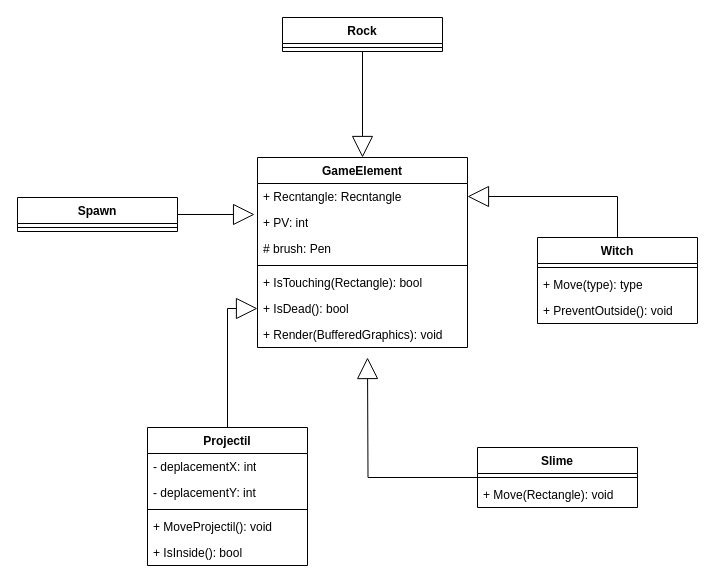
Earlier version of the draw.io diagram doc/DrawIO/Heritage.drawio (AbigaelP/ShootAbby). Source tidied: cells renumbered, new cells numbered last; positions are measured from the earlier drawing's top-left corner, leaving out a move shared by most shapes. Both pictures are drawn from the tidied source at 100%, with x=0, y=0 at pixel (17, 17).
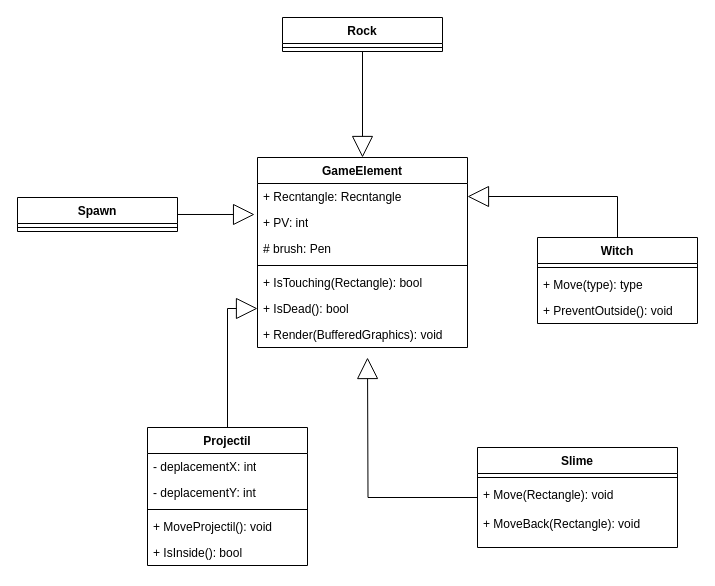
After the change.

What changed in the source:
```diff
@@
     <mxCell id="16" value="Slime" style="swimlane;fontStyle=1;align=center;verticalAlign=top;horizontal=1;startSize=26;whiteSpace=wrap;html=1;" parent="1" vertex="1">
-      <mxGeometry x="460" y="430" width="160" height="60" as="geometry" />
+      <mxGeometry x="460" y="430" width="200" height="100" as="geometry" />
     </mxCell>
     <mxCell id="17" style="line;strokeWidth=1;fillColor=none;align=left;verticalAlign=middle;spacingTop=-1;spacingLeft=3;spacingRight=3;labelPosition=right;strokeColor=inherit;" parent="16" vertex="1">
-      <mxGeometry y="26" width="160" height="8" as="geometry" />
+      <mxGeometry y="26" width="200" height="8" as="geometry" />
     </mxCell>
-    <mxCell id="18" value="+ Move(Rectangle): void" style="text;strokeColor=none;fillColor=none;align=left;verticalAlign=top;spacingLeft=4;spacingRight=4;overflow=hidden;whiteSpace=wrap;html=1;" parent="16" vertex="1">
-      <mxGeometry y="34" width="160" height="26" as="geometry" />
+    <mxCell id="18" value="+ Move(Rectangle): void&lt;div&gt;&lt;br&gt;&lt;/div&gt;&lt;div&gt;+ MoveBack(Rectangle): void&lt;/div&gt;" style="text;strokeColor=none;fillColor=none;align=left;verticalAlign=top;spacingLeft=4;spacingRight=4;overflow=hidden;whiteSpace=wrap;html=1;" parent="16" vertex="1">
+      <mxGeometry y="34" width="200" height="66" as="geometry" />
     </mxCell>
```
